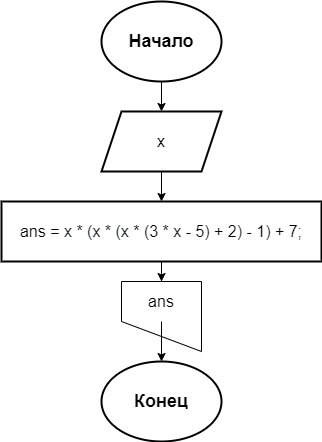
Above: Lab1/Lab1.8/Lab1.8.drawio.png in ga1kokuj1n/Lab1 (draw.io), before the change. Source tidied: cells renumbered, new cells last; positions are measured from the earlier drawing's top-left corner, leaving out a move shared by most shapes.
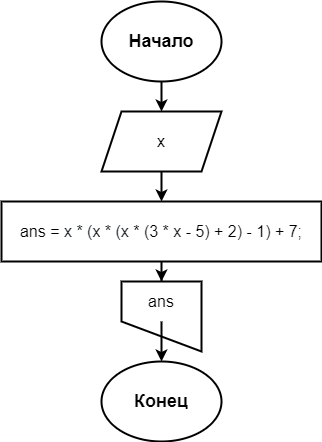
After the commit.

What changed in the source:
```diff
@@ -2,31 +2,31 @@
   <root>
     <mxCell id="0" />
     <mxCell id="1" parent="0" />
-    <mxCell id="2" style="edgeStyle=orthogonalEdgeStyle;rounded=0;jettySize=auto;html=1;" parent="1" edge="1" source="3" target="5">
+    <mxCell id="2" style="edgeStyle=orthogonalEdgeStyle;rounded=0;jettySize=auto;html=1;strokeWidth=2;" parent="1" edge="1" source="3" target="5">
       <mxGeometry relative="1" as="geometry" />
     </mxCell>
     <mxCell id="3" value="&lt;font style=&quot;font-size: 18px&quot;&gt;&lt;b&gt;Начало&lt;/b&gt;&lt;/font&gt;" style="ellipse;whiteSpace=wrap;html=1;strokeWidth=2;" parent="1" vertex="1">
       <mxGeometry x="100" width="120" height="80" as="geometry" />
     </mxCell>
-    <mxCell id="4" style="edgeStyle=orthogonalEdgeStyle;rounded=0;jettySize=auto;html=1;fontSize=16;" parent="1" edge="1" source="5" target="7">
+    <mxCell id="4" style="edgeStyle=orthogonalEdgeStyle;rounded=0;jettySize=auto;html=1;fontSize=16;strokeWidth=2;" parent="1" edge="1" source="5" target="7">
       <mxGeometry relative="1" as="geometry" />
     </mxCell>
     <mxCell id="5" value="&lt;font style=&quot;font-size: 16px&quot;&gt;x&lt;/font&gt;" style="shape=parallelogram;perimeter=parallelogramPerimeter;whiteSpace=wrap;html=1;fixedSize=1;strokeWidth=2;" parent="1" vertex="1">
       <mxGeometry x="100" y="110" width="120" height="60" as="geometry" />
     </mxCell>
-    <mxCell id="6" style="edgeStyle=orthogonalEdgeStyle;rounded=0;jettySize=auto;html=1;entryX=0.5;entryY=0;entryDx=0;entryDy=0;fontSize=16;" parent="1" edge="1" source="7" target="10">
+    <mxCell id="6" style="edgeStyle=orthogonalEdgeStyle;rounded=0;jettySize=auto;html=1;entryX=0.5;entryY=0;entryDx=0;entryDy=0;fontSize=16;strokeWidth=2;" parent="1" edge="1" source="7" target="10">
       <mxGeometry relative="1" as="geometry" />
     </mxCell>
     <mxCell id="7" value="&lt;font style=&quot;font-size: 16px&quot;&gt;&lt;span class=&quot;pl-en&quot; style=&quot;box-sizing: border-box ; font-family: , , &amp;#34;sf mono&amp;#34; , &amp;#34;menlo&amp;#34; , &amp;#34;consolas&amp;#34; , &amp;#34;liberation mono&amp;#34; , monospace ; background-color: rgb(255 , 255 , 255)&quot;&gt;ans&lt;/span&gt;&lt;span style=&quot;color: rgb(36 , 41 , 47) ; font-family: , , &amp;#34;sf mono&amp;#34; , &amp;#34;menlo&amp;#34; , &amp;#34;consolas&amp;#34; , &amp;#34;liberation mono&amp;#34; , monospace ; background-color: rgb(255 , 255 , 255)&quot;&gt; &lt;/span&gt;&lt;span class=&quot;pl-k&quot; style=&quot;box-sizing: border-box ; font-family: , , &amp;#34;sf mono&amp;#34; , &amp;#34;menlo&amp;#34; , &amp;#34;consolas&amp;#34; , &amp;#34;liberation mono&amp;#34; , monospace ; background-color: rgb(255 , 255 , 255)&quot;&gt;=&lt;/span&gt;&lt;span style=&quot;color: rgb(36 , 41 , 47) ; font-family: , , &amp;#34;sf mono&amp;#34; , &amp;#34;menlo&amp;#34; , &amp;#34;consolas&amp;#34; , &amp;#34;liberation mono&amp;#34; , monospace ; background-color: rgb(255 , 255 , 255)&quot;&gt; &lt;/span&gt;&lt;span class=&quot;pl-smi&quot; style=&quot;box-sizing: border-box ; color: rgb(36 , 41 , 47) ; font-family: , , &amp;#34;sf mono&amp;#34; , &amp;#34;menlo&amp;#34; , &amp;#34;consolas&amp;#34; , &amp;#34;liberation mono&amp;#34; , monospace ; background-color: rgb(255 , 255 , 255)&quot;&gt;x&lt;/span&gt;&lt;span style=&quot;color: rgb(36 , 41 , 47) ; font-family: , , &amp;#34;sf mono&amp;#34; , &amp;#34;menlo&amp;#34; , &amp;#34;consolas&amp;#34; , &amp;#34;liberation mono&amp;#34; , monospace ; background-color: rgb(255 , 255 , 255)&quot;&gt; &lt;/span&gt;&lt;span class=&quot;pl-k&quot; style=&quot;box-sizing: border-box ; font-family: , , &amp;#34;sf mono&amp;#34; , &amp;#34;menlo&amp;#34; , &amp;#34;consolas&amp;#34; , &amp;#34;liberation mono&amp;#34; , monospace ; background-color: rgb(255 , 255 , 255)&quot;&gt;*&lt;/span&gt;&lt;span style=&quot;color: rgb(36 , 41 , 47) ; font-family: , , &amp;#34;sf mono&amp;#34; , &amp;#34;menlo&amp;#34; , &amp;#34;consolas&amp;#34; , &amp;#34;liberation mono&amp;#34; , monospace ; background-color: rgb(255 , 255 , 255)&quot;&gt; (&lt;/span&gt;&lt;span class=&quot;pl-smi&quot; style=&quot;box-sizing: border-box ; color: rgb(36 , 41 , 47) ; font-family: , , &amp;#34;sf mono&amp;#34; , &amp;#34;menlo&amp;#34; , &amp;#34;consolas&amp;#34; , &amp;#34;liberation mono&amp;#34; , monospace ; background-color: rgb(255 , 255 , 255)&quot;&gt;x&lt;/span&gt;&lt;span style=&quot;color: rgb(36 , 41 , 47) ; font-family: , , &amp;#34;sf mono&amp;#34; , &amp;#34;menlo&amp;#34; , &amp;#34;consolas&amp;#34; , &amp;#34;liberation mono&amp;#34; , monospace ; background-color: rgb(255 , 255 , 255)&quot;&gt; &lt;/span&gt;&lt;span class=&quot;pl-k&quot; style=&quot;box-sizing: border-box ; font-family: , , &amp;#34;sf mono&amp;#34; , &amp;#34;menlo&amp;#34; , &amp;#34;consolas&amp;#34; , &amp;#34;liberation mono&amp;#34; , monospace ; background-color: rgb(255 , 255 , 255)&quot;&gt;*&lt;/span&gt;&lt;span style=&quot;color: rgb(36 , 41 , 47) ; font-family: , , &amp;#34;sf mono&amp;#34; , &amp;#34;menlo&amp;#34; , &amp;#34;consolas&amp;#34; , &amp;#34;liberation mono&amp;#34; , monospace ; background-color: rgb(255 , 255 , 255)&quot;&gt; (&lt;/span&gt;&lt;span class=&quot;pl-smi&quot; style=&quot;box-sizing: border-box ; color: rgb(36 , 41 , 47) ; font-family: , , &amp;#34;sf mono&amp;#34; , &amp;#34;menlo&amp;#34; , &amp;#34;consolas&amp;#34; , &amp;#34;liberation mono&amp;#34; , monospace ; background-color: rgb(255 , 255 , 255)&quot;&gt;x&lt;/span&gt;&lt;span style=&quot;color: rgb(36 , 41 , 47) ; font-family: , , &amp;#34;sf mono&amp;#34; , &amp;#34;menlo&amp;#34; , &amp;#34;consolas&amp;#34; , &amp;#34;liberation mono&amp;#34; , monospace ; background-color: rgb(255 , 255 , 255)&quot;&gt; &lt;/span&gt;&lt;span class=&quot;pl-k&quot; style=&quot;box-sizing: border-box ; font-family: , , &amp;#34;sf mono&amp;#34; , &amp;#34;menlo&amp;#34; , &amp;#34;consolas&amp;#34; , &amp;#34;liberation mono&amp;#34; , monospace ; background-color: rgb(255 , 255 , 255)&quot;&gt;*&lt;/span&gt;&lt;span style=&quot;color: rgb(36 , 41 , 47) ; font-family: , , &amp;#34;sf mono&amp;#34; , &amp;#34;menlo&amp;#34; , &amp;#34;consolas&amp;#34; , &amp;#34;liberation mono&amp;#34; , monospace ; background-color: rgb(255 , 255 , 255)&quot;&gt; (&lt;/span&gt;&lt;span class=&quot;pl-c1&quot; style=&quot;box-sizing: border-box ; font-family: , , &amp;#34;sf mono&amp;#34; , &amp;#34;menlo&amp;#34; , &amp;#34;consolas&amp;#34; , &amp;#34;liberation mono&amp;#34; , monospace ; background-color: rgb(255 , 255 , 255)&quot;&gt;3&lt;/span&gt;&lt;span style=&quot;color: rgb(36 , 41 , 47) ; font-family: , , &amp;#34;sf mono&amp;#34; , &amp;#34;menlo&amp;#34; , &amp;#34;consolas&amp;#34; , &amp;#34;liberation mono&amp;#34; , monospace ; background-color: rgb(255 , 255 , 255)&quot;&gt; &lt;/span&gt;&lt;span class=&quot;pl-k&quot; style=&quot;box-sizing: border-box ; font-family: , , &amp;#34;sf mono&amp;#34; , &amp;#34;menlo&amp;#34; , &amp;#34;consolas&amp;#34; , &amp;#34;liberation mono&amp;#34; , monospace ; background-color: rgb(255 , 255 , 255)&quot;&gt;*&lt;/span&gt;&lt;span style=&quot;color: rgb(36 , 41 , 47) ; font-family: , , &amp;#34;sf mono&amp;#34; , &amp;#34;menlo&amp;#34; , &amp;#34;consolas&amp;#34; , &amp;#34;liberation mono&amp;#34; , monospace ; background-color: rgb(255 , 255 , 255)&quot;&gt; &lt;/span&gt;&lt;span class=&quot;pl-smi&quot; style=&quot;box-sizing: border-box ; color: rgb(36 , 41 , 47) ; font-family: , , &amp;#34;sf mono&amp;#34; , &amp;#34;menlo&amp;#34; , &amp;#34;consolas&amp;#34; , &amp;#34;liberation mono&amp;#34; , monospace ; background-color: rgb(255 , 255 , 255)&quot;&gt;x&lt;/span&gt;&lt;span style=&quot;color: rgb(36 , 41 , 47) ; font-family: , , &amp;#34;sf mono&amp;#34; , &amp;#34;menlo&amp;#34; , &amp;#34;consolas&amp;#34; , &amp;#34;liberation mono&amp;#34; , monospace ; background-color: rgb(255 , 255 , 255)&quot;&gt; &lt;/span&gt;&lt;span class=&quot;pl-k&quot; style=&quot;box-sizing: border-box ; font-family: , , &amp;#34;sf mono&amp;#34; , &amp;#34;menlo&amp;#34; , &amp;#34;consolas&amp;#34; , &amp;#34;liberation mono&amp;#34; , monospace ; background-color: rgb(255 , 255 , 255)&quot;&gt;-&lt;/span&gt;&lt;span style=&quot;color: rgb(36 , 41 , 47) ; font-family: , , &amp;#34;sf mono&amp;#34; , &amp;#34;menlo&amp;#34; , &amp;#34;consolas&amp;#34; , &amp;#34;liberation mono&amp;#34; , monospace ; background-color: rgb(255 , 255 , 255)&quot;&gt; &lt;/span&gt;&lt;span class=&quot;pl-c1&quot; style=&quot;box-sizing: border-box ; font-family: , , &amp;#34;sf mono&amp;#34; , &amp;#34;menlo&amp;#34; , &amp;#34;consolas&amp;#34; , &amp;#34;liberation mono&amp;#34; , monospace ; background-color: rgb(255 , 255 , 255)&quot;&gt;5&lt;/span&gt;&lt;span style=&quot;color: rgb(36 , 41 , 47) ; font-family: , , &amp;#34;sf mono&amp;#34; , &amp;#34;menlo&amp;#34; , &amp;#34;consolas&amp;#34; , &amp;#34;liberation mono&amp;#34; , monospace ; background-color: rgb(255 , 255 , 255)&quot;&gt;) &lt;/span&gt;&lt;span class=&quot;pl-k&quot; style=&quot;box-sizing: border-box ; font-family: , , &amp;#34;sf mono&amp;#34; , &amp;#34;menlo&amp;#34; , &amp;#34;consolas&amp;#34; , &amp;#34;liberation mono&amp;#34; , monospace ; background-color: rgb(255 , 255 , 255)&quot;&gt;+&lt;/span&gt;&lt;span style=&quot;color: rgb(36 , 41 , 47) ; font-family: , , &amp;#34;sf mono&amp;#34; , &amp;#34;menlo&amp;#34; , &amp;#34;consolas&amp;#34; , &amp;#34;liberation mono&amp;#34; , monospace ; background-color: rgb(255 , 255 , 255)&quot;&gt; &lt;/span&gt;&lt;span class=&quot;pl-c1&quot; style=&quot;box-sizing: border-box ; font-family: , , &amp;#34;sf mono&amp;#34; , &amp;#34;menlo&amp;#34; , &amp;#34;consolas&amp;#34; , &amp;#34;liberation mono&amp;#34; , monospace ; background-color: rgb(255 , 255 , 255)&quot;&gt;2&lt;/span&gt;&lt;span style=&quot;color: rgb(36 , 41 , 47) ; font-family: , , &amp;#34;sf mono&amp;#34; , &amp;#34;menlo&amp;#34; , &amp;#34;consolas&amp;#34; , &amp;#34;liberation mono&amp;#34; , monospace ; background-color: rgb(255 , 255 , 255)&quot;&gt;) &lt;/span&gt;&lt;span class=&quot;pl-k&quot; style=&quot;box-sizing: border-box ; font-family: , , &amp;#34;sf mono&amp;#34; , &amp;#34;menlo&amp;#34; , &amp;#34;consolas&amp;#34; , &amp;#34;liberation mono&amp;#34; , monospace ; background-color: rgb(255 , 255 , 255)&quot;&gt;-&lt;/span&gt;&lt;span style=&quot;color: rgb(36 , 41 , 47) ; font-family: , , &amp;#34;sf mono&amp;#34; , &amp;#34;menlo&amp;#34; , &amp;#34;consolas&amp;#34; , &amp;#34;liberation mono&amp;#34; , monospace ; background-color: rgb(255 , 255 , 255)&quot;&gt; &lt;/span&gt;&lt;span class=&quot;pl-c1&quot; style=&quot;box-sizing: border-box ; font-family: , , &amp;#34;sf mono&amp;#34; , &amp;#34;menlo&amp;#34; , &amp;#34;consolas&amp;#34; , &amp;#34;liberation mono&amp;#34; , monospace ; background-color: rgb(255 , 255 , 255)&quot;&gt;1&lt;/span&gt;&lt;span style=&quot;color: rgb(36 , 41 , 47) ; font-family: , , &amp;#34;sf mono&amp;#34; , &amp;#34;menlo&amp;#34; , &amp;#34;consolas&amp;#34; , &amp;#34;liberation mono&amp;#34; , monospace ; background-color: rgb(255 , 255 , 255)&quot;&gt;) &lt;/span&gt;&lt;span class=&quot;pl-k&quot; style=&quot;box-sizing: border-box ; font-family: , , &amp;#34;sf mono&amp;#34; , &amp;#34;menlo&amp;#34; , &amp;#34;consolas&amp;#34; , &amp;#34;liberation mono&amp;#34; , monospace ; background-color: rgb(255 , 255 , 255)&quot;&gt;+&lt;/span&gt;&lt;span style=&quot;color: rgb(36 , 41 , 47) ; font-family: , , &amp;#34;sf mono&amp;#34; , &amp;#34;menlo&amp;#34; , &amp;#34;consolas&amp;#34; , &amp;#34;liberation mono&amp;#34; , monospace ; background-color: rgb(255 , 255 , 255)&quot;&gt; &lt;/span&gt;&lt;span class=&quot;pl-c1&quot; style=&quot;box-sizing: border-box ; font-family: , , &amp;#34;sf mono&amp;#34; , &amp;#34;menlo&amp;#34; , &amp;#34;consolas&amp;#34; , &amp;#34;liberation mono&amp;#34; , monospace ; background-color: rgb(255 , 255 , 255)&quot;&gt;7&lt;/span&gt;&lt;span style=&quot;color: rgb(36 , 41 , 47) ; font-family: , , &amp;#34;sf mono&amp;#34; , &amp;#34;menlo&amp;#34; , &amp;#34;consolas&amp;#34; , &amp;#34;liberation mono&amp;#34; , monospace ; background-color: rgb(255 , 255 , 255)&quot;&gt;;&lt;/span&gt;&lt;/font&gt;" style="whiteSpace=wrap;html=1;strokeWidth=2;" parent="1" vertex="1">
       <mxGeometry y="200" width="320" height="60" as="geometry" />
     </mxCell>
-    <mxCell id="8" style="shape=manualInput;whiteSpace=wrap;html=1;fontSize=16;fillColor=none;flipV=1;" parent="1" vertex="1">
+    <mxCell id="8" style="shape=manualInput;whiteSpace=wrap;html=1;fontSize=16;fillColor=none;flipV=1;strokeWidth=2;" parent="1" vertex="1">
       <mxGeometry x="120" y="280" width="80" height="70" as="geometry" />
     </mxCell>
-    <mxCell id="9" style="edgeStyle=orthogonalEdgeStyle;rounded=0;jettySize=auto;html=1;exitX=0.5;exitY=1;exitDx=0;exitDy=0;entryX=0.5;entryY=0;entryDx=0;entryDy=0;fontSize=16;" parent="1" edge="1" source="10" target="11">
+    <mxCell id="9" style="edgeStyle=orthogonalEdgeStyle;rounded=0;jettySize=auto;html=1;exitX=0.5;exitY=1;exitDx=0;exitDy=0;entryX=0.5;entryY=0;entryDx=0;entryDy=0;fontSize=16;strokeWidth=2;" parent="1" edge="1" source="10" target="11">
       <mxGeometry relative="1" as="geometry" />
     </mxCell>
-    <mxCell id="10" value="ans" style="whiteSpace=wrap;html=1;fontSize=16;fillColor=none;strokeColor=none;" parent="1" vertex="1">
+    <mxCell id="10" value="ans" style="whiteSpace=wrap;html=1;fontSize=16;fillColor=none;strokeColor=none;strokeWidth=2;" parent="1" vertex="1">
       <mxGeometry x="120" y="280" width="80" height="40" as="geometry" />
     </mxCell>
     <mxCell id="11" value="&lt;span style=&quot;font-size: 18px&quot;&gt;&lt;b&gt;Конец&lt;br&gt;&lt;/b&gt;&lt;/span&gt;" style="ellipse;whiteSpace=wrap;html=1;strokeWidth=2;" parent="1" vertex="1">
```
